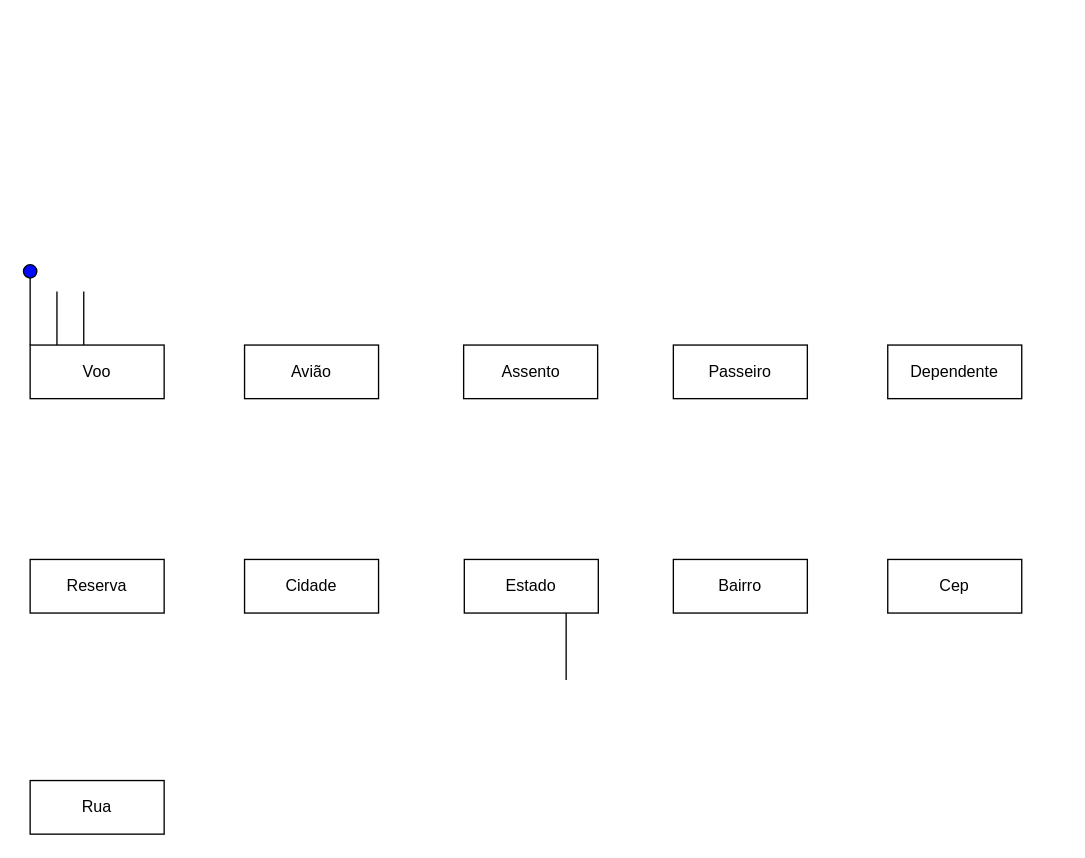
Above: Banco de Dados/Diagrama sem nome.drawio in AdrianoCorreia94/ciencia-de-dados (draw.io), before the change. Source tidied: cells renumbered, new cells numbered last; positions are measured from the earlier drawing's top-left corner, leaving out a move shared by most shapes. Both pictures are drawn from the tidied source at 134%, with x=0, y=0 at pixel (23, 264).
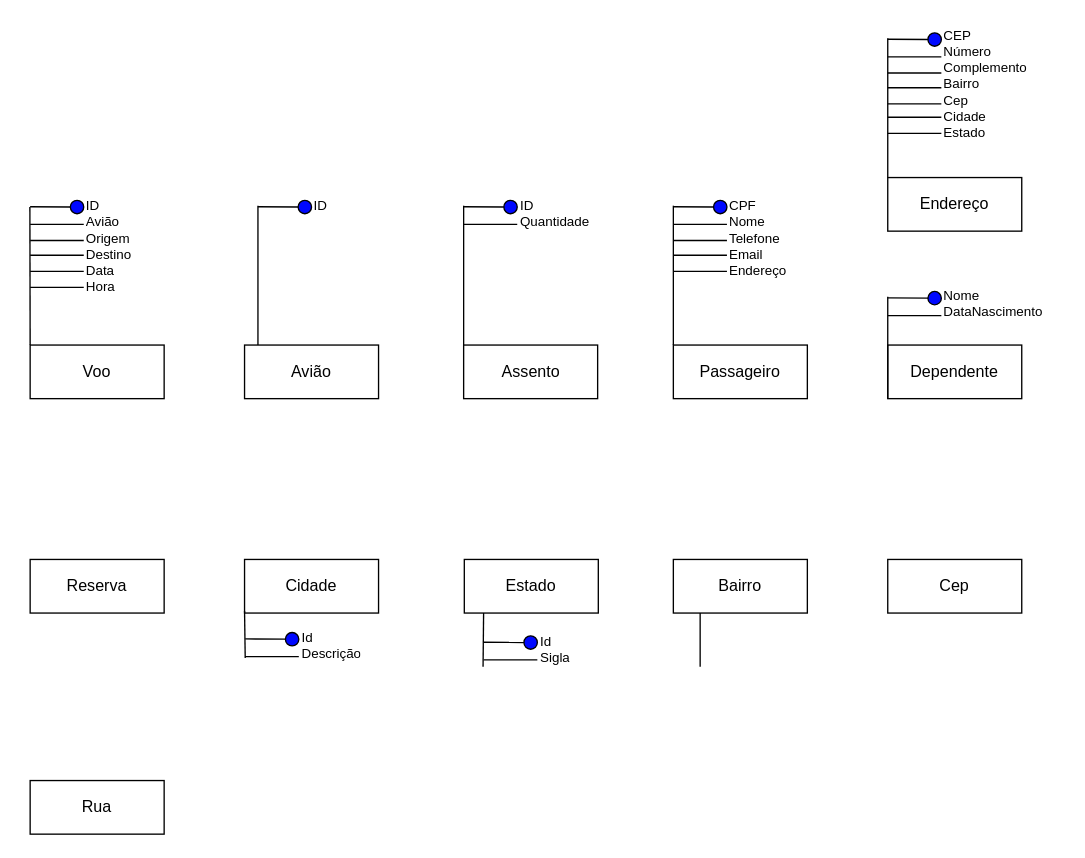
Above is the later version.

Unchanged cells that the change refers to:
```xml
<mxCell id="2" value="Voo" style="whiteSpace=wrap;html=1;align=center;" parent="1" vertex="1">
  <mxGeometry x="5" y="60" width="100" height="40" as="geometry" />
</mxCell>
```

Diff of the diagram source:
```diff
@@
+    <mxCell id="18" value="&lt;span style=&quot;white-space: pre;&quot;&gt;Id&lt;br&gt;Sigla&lt;br&gt;&lt;/span&gt;" style="text;strokeColor=none;fillColor=none;html=1;whiteSpace=wrap;verticalAlign=middle;overflow=hidden;fontSize=10;align=left;horizontal=1;spacingTop=4;" parent="1" vertex="1">
+      <mxGeometry x="383.5" y="240.5" width="90" height="89" as="geometry" />
+    </mxCell>
+    <mxCell id="19" value="ID&lt;br&gt;Avião&lt;br&gt;&lt;span style=&quot;white-space: pre;&quot;&gt;Origem&lt;br&gt;Destino&lt;br/&gt;Data&lt;br/&gt;Hora&lt;br/&gt;&lt;/span&gt;" style="text;strokeColor=none;fillColor=none;html=1;whiteSpace=wrap;verticalAlign=middle;overflow=hidden;fontSize=10;align=left;" parent="1" vertex="1">
+      <mxGeometry x="45" y="-59" width="80" height="89" as="geometry" />
+    </mxCell>
@@
-    <mxCell id="5" value="Passeiro" style="whiteSpace=wrap;html=1;align=center;" parent="1" vertex="1">
+    <mxCell id="5" value="Passageiro" style="whiteSpace=wrap;html=1;align=center;" parent="1" vertex="1">
       <mxGeometry x="485" y="60" width="100" height="40" as="geometry" />
     </mxCell>
@@
     <mxCell id="13" style="endArrow=none;html=1;rounded=0;" parent="1" edge="1">
       <mxGeometry relative="1" as="geometry">
-        <mxPoint x="405" y="310" as="sourcePoint" />
-        <mxPoint x="405" y="260" as="targetPoint" />
+        <mxPoint x="505" y="300" as="sourcePoint" />
+        <mxPoint x="505" y="260" as="targetPoint" />
       </mxGeometry>
     </mxCell>
-    <mxCell id="14" style="endArrow=none;html=1;rounded=0;" parent="1" edge="1">
+    <mxCell id="14" style="endArrow=none;html=1;rounded=0;exitX=0;exitY=0;exitDx=0;exitDy=0;" parent="1" edge="1" source="2">
       <mxGeometry relative="1" as="geometry">
-        <mxPoint x="5" y="60" as="sourcePoint" />
-        <mxPoint x="5" y="10" as="targetPoint" />
+        <mxPoint x="4.8" y="-43" as="targetPoint" />
       </mxGeometry>
     </mxCell>
-    <mxCell id="15" style="endArrow=none;html=1;rounded=0;" parent="1" edge="1">
-      <mxGeometry relative="1" as="geometry">
-        <mxPoint x="45" y="60" as="sourcePoint" />
-        <mxPoint x="45" y="20" as="targetPoint" />
-      </mxGeometry>
-    </mxCell>
-    <mxCell id="16" style="endArrow=none;html=1;rounded=0;" parent="1" edge="1">
-      <mxGeometry relative="1" as="geometry">
-        <mxPoint x="25" y="60" as="sourcePoint" />
-        <mxPoint x="25" y="20" as="targetPoint" />
-      </mxGeometry>
-    </mxCell>
-    <mxCell id="17" style="ellipse;whiteSpace=wrap;html=1;fillStyle=solid;fillColor=#0008FF;" parent="1" vertex="1">
-      <mxGeometry width="10" height="10" as="geometry" />
-    </mxCell>
+    <mxCell id="20" style="endArrow=none;html=1;rounded=0;startArrow=none;" parent="1" edge="1" source="27">
+      <mxGeometry relative="1" as="geometry">
+        <mxPoint x="45" y="-43.2" as="targetPoint" />
+      </mxGeometry>
+    </mxCell>
+    <mxCell id="21" style="endArrow=none;html=1;rounded=0;" parent="1" edge="1">
+      <mxGeometry relative="1" as="geometry">
+        <mxPoint x="5" y="-30" as="sourcePoint" />
+        <mxPoint x="45" y="-30" as="targetPoint" />
+      </mxGeometry>
+    </mxCell>
+    <mxCell id="22" style="endArrow=none;html=1;rounded=0;" parent="1" edge="1">
+      <mxGeometry relative="1" as="geometry">
+        <mxPoint x="5" y="-18" as="sourcePoint" />
+        <mxPoint x="45" y="-18" as="targetPoint" />
+      </mxGeometry>
+    </mxCell>
+    <mxCell id="23" style="endArrow=none;html=1;rounded=0;" parent="1" edge="1">
+      <mxGeometry relative="1" as="geometry">
+        <mxPoint x="5" y="5" as="sourcePoint" />
+        <mxPoint x="45" y="5" as="targetPoint" />
+      </mxGeometry>
+    </mxCell>
+    <mxCell id="24" style="endArrow=none;html=1;rounded=0;" parent="1" edge="1">
+      <mxGeometry relative="1" as="geometry">
+        <mxPoint x="5" y="-7" as="sourcePoint" />
+        <mxPoint x="45" y="-7" as="targetPoint" />
+      </mxGeometry>
+    </mxCell>
+    <mxCell id="25" style="endArrow=none;html=1;rounded=0;" parent="1" edge="1">
+      <mxGeometry relative="1" as="geometry">
+        <mxPoint x="5" y="17" as="sourcePoint" />
+        <mxPoint x="45" y="17" as="targetPoint" />
+      </mxGeometry>
+    </mxCell>
+    <mxCell id="26" style="endArrow=none;html=1;rounded=0;" parent="1" edge="1" target="27">
+      <mxGeometry relative="1" as="geometry">
+        <mxPoint x="5" y="-43.2" as="sourcePoint" />
+      </mxGeometry>
+    </mxCell>
+    <mxCell id="27" style="ellipse;whiteSpace=wrap;html=1;fillStyle=solid;fillColor=#0008FF;" parent="1" vertex="1">
+      <mxGeometry x="35" y="-48" width="10" height="10" as="geometry" />
+    </mxCell>
+    <mxCell id="28" style="endArrow=none;html=1;rounded=0;startArrow=none;" parent="1" edge="1" source="30">
+      <mxGeometry relative="1" as="geometry">
+        <mxPoint x="215" y="-43.2" as="targetPoint" />
+      </mxGeometry>
+    </mxCell>
+    <mxCell id="29" style="endArrow=none;html=1;rounded=0;" parent="1" edge="1" target="30">
+      <mxGeometry relative="1" as="geometry">
+        <mxPoint x="175" y="-43.2" as="sourcePoint" />
+      </mxGeometry>
+    </mxCell>
+    <mxCell id="30" style="ellipse;whiteSpace=wrap;html=1;fillStyle=solid;fillColor=#0008FF;" parent="1" vertex="1">
+      <mxGeometry x="205" y="-48" width="10" height="10" as="geometry" />
+    </mxCell>
+    <mxCell id="31" style="endArrow=none;html=1;rounded=0;" parent="1" edge="1">
+      <mxGeometry relative="1" as="geometry">
+        <mxPoint x="175" y="60" as="sourcePoint" />
+        <mxPoint x="175" y="-44" as="targetPoint" />
+      </mxGeometry>
+    </mxCell>
+    <mxCell id="32" value="ID&lt;span style=&quot;white-space: pre;&quot;&gt;&lt;br&gt;&lt;/span&gt;" style="text;strokeColor=none;fillColor=none;html=1;whiteSpace=wrap;verticalAlign=middle;overflow=hidden;fontSize=10;align=left;" parent="1" vertex="1">
+      <mxGeometry x="215" y="-88.5" width="80" height="89" as="geometry" />
+    </mxCell>
+    <mxCell id="33" value="ID&lt;br&gt;&lt;span style=&quot;white-space: pre;&quot;&gt;Quantidade&lt;br&gt;&lt;/span&gt;" style="text;strokeColor=none;fillColor=none;html=1;whiteSpace=wrap;verticalAlign=middle;overflow=hidden;fontSize=10;align=left;" parent="1" vertex="1">
+      <mxGeometry x="368.5" y="-83" width="80" height="89" as="geometry" />
+    </mxCell>
+    <mxCell id="34" style="endArrow=none;html=1;rounded=0;startArrow=none;" parent="1" edge="1" source="37">
+      <mxGeometry relative="1" as="geometry">
+        <mxPoint x="368.5" y="-43.2" as="targetPoint" />
+      </mxGeometry>
+    </mxCell>
+    <mxCell id="35" style="endArrow=none;html=1;rounded=0;" parent="1" edge="1">
+      <mxGeometry relative="1" as="geometry">
+        <mxPoint x="328.5" y="-30" as="sourcePoint" />
+        <mxPoint x="368.5" y="-30" as="targetPoint" />
+      </mxGeometry>
+    </mxCell>
+    <mxCell id="36" style="endArrow=none;html=1;rounded=0;" parent="1" edge="1" target="37">
+      <mxGeometry relative="1" as="geometry">
+        <mxPoint x="328.5" y="-43.2" as="sourcePoint" />
+      </mxGeometry>
+    </mxCell>
+    <mxCell id="37" style="ellipse;whiteSpace=wrap;html=1;fillStyle=solid;fillColor=#0008FF;" parent="1" vertex="1">
+      <mxGeometry x="358.5" y="-48" width="10" height="10" as="geometry" />
+    </mxCell>
+    <mxCell id="38" style="endArrow=none;html=1;rounded=0;" parent="1" edge="1">
+      <mxGeometry relative="1" as="geometry">
+        <mxPoint x="328.5" y="60" as="sourcePoint" />
+        <mxPoint x="328.5" y="-44" as="targetPoint" />
+      </mxGeometry>
+    </mxCell>
+    <mxCell id="39" style="endArrow=none;html=1;rounded=0;startArrow=none;" parent="1" edge="1" source="45">
+      <mxGeometry relative="1" as="geometry">
+        <mxPoint x="525" y="-43.2" as="targetPoint" />
+      </mxGeometry>
+    </mxCell>
+    <mxCell id="40" style="endArrow=none;html=1;rounded=0;" parent="1" edge="1">
+      <mxGeometry relative="1" as="geometry">
+        <mxPoint x="485" y="-30" as="sourcePoint" />
+        <mxPoint x="525" y="-30" as="targetPoint" />
+      </mxGeometry>
+    </mxCell>
+    <mxCell id="41" style="endArrow=none;html=1;rounded=0;" parent="1" edge="1">
+      <mxGeometry relative="1" as="geometry">
+        <mxPoint x="485" y="-18" as="sourcePoint" />
+        <mxPoint x="525" y="-18" as="targetPoint" />
+      </mxGeometry>
+    </mxCell>
+    <mxCell id="42" style="endArrow=none;html=1;rounded=0;" parent="1" edge="1">
+      <mxGeometry relative="1" as="geometry">
+        <mxPoint x="485" y="5" as="sourcePoint" />
+        <mxPoint x="525" y="5" as="targetPoint" />
+      </mxGeometry>
+    </mxCell>
+    <mxCell id="43" style="endArrow=none;html=1;rounded=0;" parent="1" edge="1">
+      <mxGeometry relative="1" as="geometry">
+        <mxPoint x="485" y="-7" as="sourcePoint" />
+        <mxPoint x="525" y="-7" as="targetPoint" />
+      </mxGeometry>
+    </mxCell>
+    <mxCell id="44" style="endArrow=none;html=1;rounded=0;" parent="1" edge="1" target="45">
+      <mxGeometry relative="1" as="geometry">
+        <mxPoint x="485" y="-43.2" as="sourcePoint" />
+      </mxGeometry>
+    </mxCell>
+    <mxCell id="45" style="ellipse;whiteSpace=wrap;html=1;fillStyle=solid;fillColor=#0008FF;" parent="1" vertex="1">
+      <mxGeometry x="515" y="-48" width="10" height="10" as="geometry" />
+    </mxCell>
+    <mxCell id="46" style="endArrow=none;html=1;rounded=0;" parent="1" edge="1">
+      <mxGeometry relative="1" as="geometry">
+        <mxPoint x="485" y="60" as="sourcePoint" />
+        <mxPoint x="485" y="-44" as="targetPoint" />
+      </mxGeometry>
+    </mxCell>
+    <mxCell id="47" value="&lt;span style=&quot;white-space: pre;&quot;&gt;CPF&lt;/span&gt;&lt;br/&gt;&lt;span style=&quot;white-space: pre;&quot;&gt;Nome&lt;/span&gt;&lt;br/&gt;&lt;span style=&quot;white-space: pre;&quot;&gt;Telefone&lt;/span&gt;&lt;br/&gt;&lt;span style=&quot;white-space: pre;&quot;&gt;Email&lt;/span&gt;&lt;br/&gt;&lt;span style=&quot;white-space: pre;&quot;&gt;Endereço&lt;/span&gt;" style="text;strokeColor=none;fillColor=none;html=1;whiteSpace=wrap;verticalAlign=middle;overflow=hidden;fontSize=10;align=left;" parent="1" vertex="1">
+      <mxGeometry x="525" y="-65" width="90" height="89" as="geometry" />
+    </mxCell>
+    <mxCell id="48" style="endArrow=none;html=1;rounded=0;startArrow=none;" parent="1" edge="1" source="51">
+      <mxGeometry relative="1" as="geometry">
+        <mxPoint x="383.5" y="281.8" as="targetPoint" />
+      </mxGeometry>
+    </mxCell>
+    <mxCell id="49" style="endArrow=none;html=1;rounded=0;" parent="1" edge="1">
+      <mxGeometry relative="1" as="geometry">
+        <mxPoint x="343.5" y="295" as="sourcePoint" />
+        <mxPoint x="383.5" y="295" as="targetPoint" />
+      </mxGeometry>
+    </mxCell>
+    <mxCell id="50" style="endArrow=none;html=1;rounded=0;" parent="1" edge="1" target="51">
+      <mxGeometry relative="1" as="geometry">
+        <mxPoint x="343.5" y="281.8" as="sourcePoint" />
+      </mxGeometry>
+    </mxCell>
+    <mxCell id="51" style="ellipse;whiteSpace=wrap;html=1;fillStyle=solid;fillColor=#0008FF;" parent="1" vertex="1">
+      <mxGeometry x="373.5" y="277" width="10" height="10" as="geometry" />
+    </mxCell>
+    <mxCell id="52" style="endArrow=none;html=1;rounded=0;entryX=0.144;entryY=1.025;entryDx=0;entryDy=0;entryPerimeter=0;" parent="1" edge="1">
+      <mxGeometry relative="1" as="geometry">
+        <mxPoint x="343" y="300" as="sourcePoint" />
+        <mxPoint x="343.4" y="260" as="targetPoint" />
+      </mxGeometry>
+    </mxCell>
+    <mxCell id="53" value="Endereço" style="whiteSpace=wrap;html=1;align=center;" parent="1" vertex="1">
+      <mxGeometry x="645" y="-65" width="100" height="40" as="geometry" />
+    </mxCell>
+    <mxCell id="54" style="endArrow=none;html=1;rounded=0;startArrow=none;" parent="1" edge="1" source="60">
+      <mxGeometry relative="1" as="geometry">
+        <mxPoint x="685" y="-168.2" as="targetPoint" />
+      </mxGeometry>
+    </mxCell>
+    <mxCell id="55" style="endArrow=none;html=1;rounded=0;" parent="1" edge="1">
+      <mxGeometry relative="1" as="geometry">
+        <mxPoint x="645" y="-155" as="sourcePoint" />
+        <mxPoint x="685" y="-155" as="targetPoint" />
+      </mxGeometry>
+    </mxCell>
+    <mxCell id="56" style="endArrow=none;html=1;rounded=0;" parent="1" edge="1">
+      <mxGeometry relative="1" as="geometry">
+        <mxPoint x="645" y="-143" as="sourcePoint" />
+        <mxPoint x="685" y="-143" as="targetPoint" />
+      </mxGeometry>
+    </mxCell>
+    <mxCell id="57" style="endArrow=none;html=1;rounded=0;" parent="1" edge="1">
+      <mxGeometry relative="1" as="geometry">
+        <mxPoint x="645" y="-120" as="sourcePoint" />
+        <mxPoint x="685" y="-120" as="targetPoint" />
+      </mxGeometry>
+    </mxCell>
+    <mxCell id="58" style="endArrow=none;html=1;rounded=0;" parent="1" edge="1">
+      <mxGeometry relative="1" as="geometry">
+        <mxPoint x="645" y="-132" as="sourcePoint" />
+        <mxPoint x="685" y="-132" as="targetPoint" />
+      </mxGeometry>
+    </mxCell>
+    <mxCell id="59" style="endArrow=none;html=1;rounded=0;" parent="1" edge="1" target="60">
+      <mxGeometry relative="1" as="geometry">
+        <mxPoint x="645" y="-168.2" as="sourcePoint" />
+      </mxGeometry>
+    </mxCell>
+    <mxCell id="60" style="ellipse;whiteSpace=wrap;html=1;fillStyle=solid;fillColor=#0008FF;" parent="1" vertex="1">
+      <mxGeometry x="675" y="-173" width="10" height="10" as="geometry" />
+    </mxCell>
+    <mxCell id="61" style="endArrow=none;html=1;rounded=0;" parent="1" edge="1">
+      <mxGeometry relative="1" as="geometry">
+        <mxPoint x="645" y="-65" as="sourcePoint" />
+        <mxPoint x="645" y="-169" as="targetPoint" />
+      </mxGeometry>
+    </mxCell>
+    <mxCell id="62" value="&lt;span style=&quot;white-space: pre;&quot;&gt;CEP&lt;br/&gt;Número&lt;/span&gt;&lt;br&gt;&lt;span style=&quot;white-space: pre;&quot;&gt;Complemento&lt;/span&gt;&lt;br&gt;&lt;span style=&quot;white-space: pre;&quot;&gt;Bairro&lt;/span&gt;&lt;br&gt;&lt;span style=&quot;white-space: pre;&quot;&gt;Cep&lt;br&gt;Cidade&lt;br&gt;Estado&lt;br&gt;&lt;/span&gt;" style="text;strokeColor=none;fillColor=none;html=1;whiteSpace=wrap;verticalAlign=middle;overflow=hidden;fontSize=10;align=left;" parent="1" vertex="1">
+      <mxGeometry x="685" y="-180" width="90" height="89" as="geometry" />
+    </mxCell>
+    <mxCell id="63" style="endArrow=none;html=1;rounded=0;" parent="1" edge="1">
+      <mxGeometry relative="1" as="geometry">
+        <mxPoint x="645" y="-98" as="sourcePoint" />
+        <mxPoint x="685" y="-98" as="targetPoint" />
+      </mxGeometry>
+    </mxCell>
+    <mxCell id="64" style="endArrow=none;html=1;rounded=0;" parent="1" edge="1">
+      <mxGeometry relative="1" as="geometry">
+        <mxPoint x="645" y="-110" as="sourcePoint" />
+        <mxPoint x="685" y="-110" as="targetPoint" />
+      </mxGeometry>
+    </mxCell>
+    <mxCell id="65" value="Nome&lt;br&gt;&lt;span style=&quot;white-space: pre;&quot;&gt;DataNascimento&lt;br&gt;&lt;/span&gt;" style="text;strokeColor=none;fillColor=none;html=1;whiteSpace=wrap;verticalAlign=middle;overflow=hidden;fontSize=10;align=left;" parent="1" vertex="1">
+      <mxGeometry x="685" y="-16" width="80" height="89" as="geometry" />
+    </mxCell>
+    <mxCell id="66" style="endArrow=none;html=1;rounded=0;" parent="1" edge="1">
+      <mxGeometry relative="1" as="geometry">
+        <mxPoint x="645" y="24.8" as="sourcePoint" />
+        <mxPoint x="675.5" y="25" as="targetPoint" />
+      </mxGeometry>
+    </mxCell>
+    <mxCell id="67" style="endArrow=none;html=1;rounded=0;" parent="1" edge="1">
+      <mxGeometry relative="1" as="geometry">
+        <mxPoint x="645" y="38" as="sourcePoint" />
+        <mxPoint x="685" y="38" as="targetPoint" />
+      </mxGeometry>
+    </mxCell>
+    <mxCell id="68" style="endArrow=none;html=1;rounded=0;" parent="1" edge="1">
+      <mxGeometry relative="1" as="geometry">
+        <mxPoint x="645" y="100" as="sourcePoint" />
+        <mxPoint x="645" y="24" as="targetPoint" />
+      </mxGeometry>
+    </mxCell>
+    <mxCell id="69" style="ellipse;whiteSpace=wrap;html=1;fillStyle=solid;fillColor=#0008FF;" parent="1" vertex="1">
+      <mxGeometry x="675" y="20" width="10" height="10" as="geometry" />
+    </mxCell>
+    <mxCell id="70" style="endArrow=none;html=1;rounded=0;startArrow=none;" parent="1" edge="1" source="73">
+      <mxGeometry relative="1" as="geometry">
+        <mxPoint x="205.5" y="279.3" as="targetPoint" />
+      </mxGeometry>
+    </mxCell>
+    <mxCell id="71" style="endArrow=none;html=1;rounded=0;" parent="1" edge="1">
+      <mxGeometry relative="1" as="geometry">
+        <mxPoint x="165.5" y="292.5" as="sourcePoint" />
+        <mxPoint x="205.5" y="292.5" as="targetPoint" />
+      </mxGeometry>
+    </mxCell>
+    <mxCell id="72" style="endArrow=none;html=1;rounded=0;" parent="1" edge="1" target="73">
+      <mxGeometry relative="1" as="geometry">
+        <mxPoint x="165.5" y="279.3" as="sourcePoint" />
+      </mxGeometry>
+    </mxCell>
+    <mxCell id="73" style="ellipse;whiteSpace=wrap;html=1;fillStyle=solid;fillColor=#0008FF;" parent="1" vertex="1">
+      <mxGeometry x="195.5" y="274.5" width="10" height="10" as="geometry" />
+    </mxCell>
+    <mxCell id="74" value="&lt;span style=&quot;white-space: pre;&quot;&gt;Id&lt;br/&gt;Descrição&lt;br&gt;&lt;/span&gt;" style="text;strokeColor=none;fillColor=none;html=1;whiteSpace=wrap;verticalAlign=middle;overflow=hidden;fontSize=10;align=left;horizontal=1;spacingTop=4;" parent="1" vertex="1">
+      <mxGeometry x="205.5" y="237.5" width="90" height="89" as="geometry" />
+    </mxCell>
+    <mxCell id="75" style="endArrow=none;html=1;rounded=0;entryX=0.144;entryY=1.025;entryDx=0;entryDy=0;entryPerimeter=0;" parent="1" edge="1">
+      <mxGeometry relative="1" as="geometry">
+        <mxPoint x="165.5" y="293.5" as="sourcePoint" />
+        <mxPoint x="165" y="258.5" as="targetPoint" />
+      </mxGeometry>
+    </mxCell>
```
